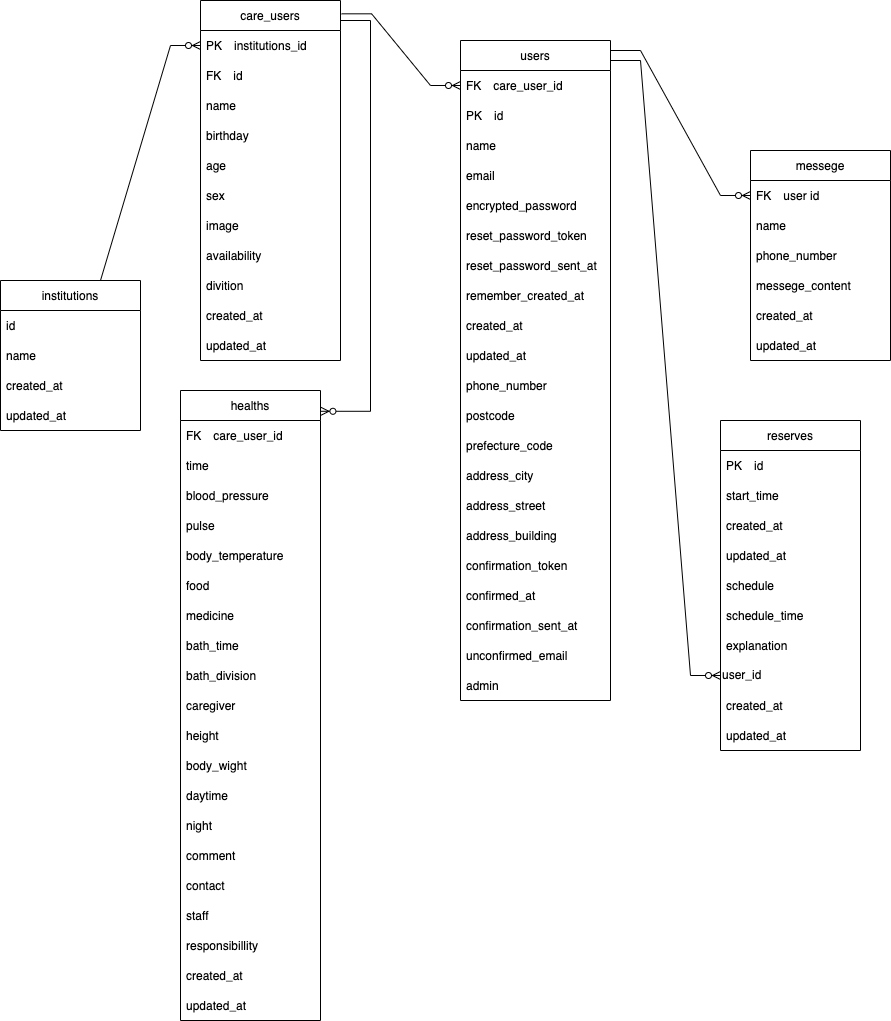
This is ER図.png from tadao050707/rika_san_app, a draw.io export, as it was before one commit. Source tidied: cells renumbered, new cells last; positions are measured from the earlier drawing's top-left corner, leaving out a move shared by most shapes.
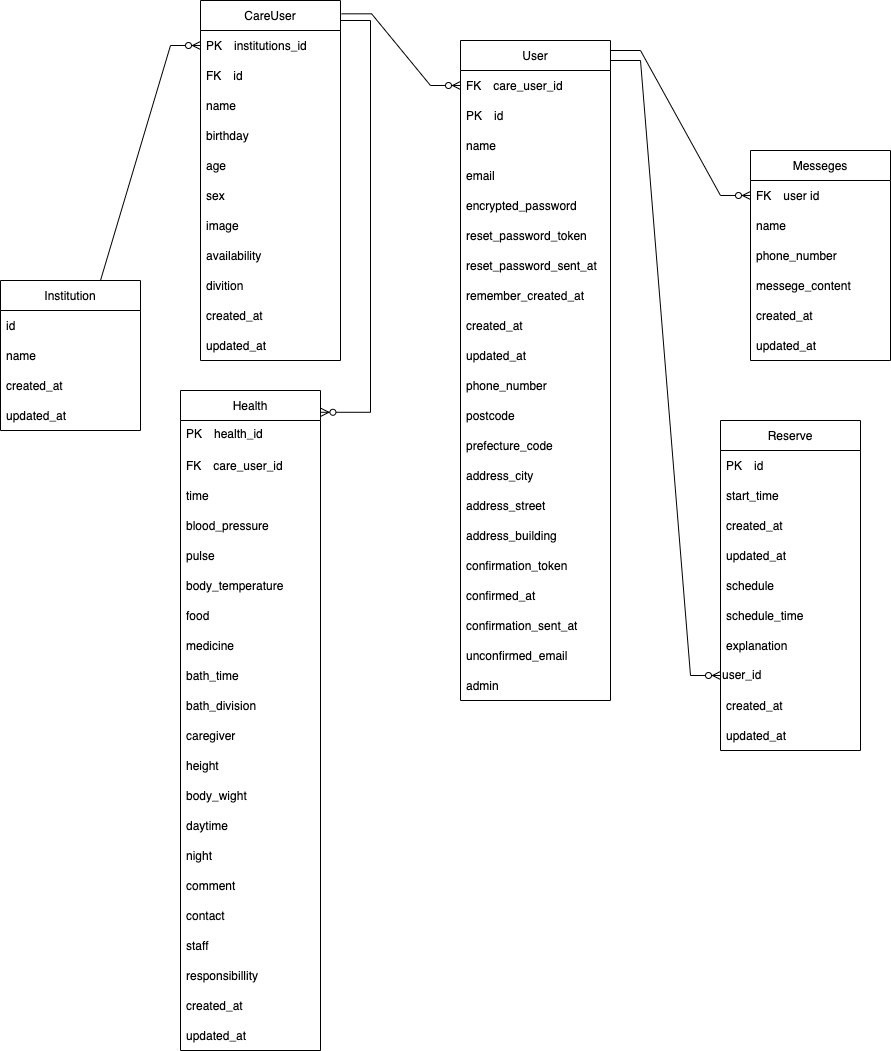
The same file after the commit.

Diff of the diagram source:
```diff
@@ -2,7 +2,7 @@
   <root>
     <mxCell id="0" />
     <mxCell id="1" parent="0" />
-    <mxCell id="2" value="institutions" style="swimlane;fontStyle=0;horizontal=1;startSize=30;" parent="1" vertex="1">
+    <mxCell id="2" value="Institution" style="swimlane;fontStyle=0;horizontal=1;startSize=30;" parent="1" vertex="1">
       <mxGeometry y="280" width="140" height="150" as="geometry" />
     </mxCell>
     <mxCell id="3" value="id" style="text;strokeColor=none;fillColor=none;align=left;verticalAlign=middle;spacingLeft=4;spacingRight=4;overflow=hidden;" parent="2" vertex="1">
@@ -17,7 +17,7 @@
     <mxCell id="6" value="updated_at" style="text;strokeColor=none;fillColor=none;align=left;verticalAlign=middle;spacingLeft=4;spacingRight=4;overflow=hidden;" parent="2" vertex="1">
       <mxGeometry y="120" width="140" height="30" as="geometry" />
     </mxCell>
-    <mxCell id="7" value="users" style="swimlane;fontStyle=0;horizontal=1;startSize=30;" parent="1" vertex="1">
+    <mxCell id="7" value="User" style="swimlane;fontStyle=0;horizontal=1;startSize=30;" parent="1" vertex="1">
       <mxGeometry x="460" y="40" width="150" height="660" as="geometry" />
     </mxCell>
     <mxCell id="8" value="FK　care_user_id" style="text;strokeColor=none;fillColor=none;align=left;verticalAlign=middle;spacingLeft=4;spacingRight=4;overflow=hidden;points=[[0,0.5],[1,0.5]];portConstraint=eastwest;" parent="7" vertex="1">
@@ -83,7 +83,7 @@
     <mxCell id="28" value="admin" style="text;strokeColor=none;fillColor=none;align=left;verticalAlign=middle;spacingLeft=4;spacingRight=4;overflow=hidden;" parent="7" vertex="1">
       <mxGeometry y="630" width="150" height="30" as="geometry" />
     </mxCell>
-    <mxCell id="29" value="care_users" style="swimlane;fontStyle=0;horizontal=1;startSize=30;" parent="1" vertex="1">
+    <mxCell id="29" value="CareUser" style="swimlane;fontStyle=0;horizontal=1;startSize=30;" parent="1" vertex="1">
       <mxGeometry x="200" width="140" height="360" as="geometry" />
     </mxCell>
     <mxCell id="30" value="PK　institutions_id" style="text;strokeColor=none;fillColor=none;align=left;verticalAlign=middle;spacingLeft=4;spacingRight=4;overflow=hidden;points=[[0,0.5],[1,0.5]];portConstraint=eastwest;" parent="29" vertex="1">
@@ -119,70 +119,73 @@
     <mxCell id="40" value="updated_at" style="text;strokeColor=none;fillColor=none;align=left;verticalAlign=middle;spacingLeft=4;spacingRight=4;overflow=hidden;" parent="29" vertex="1">
       <mxGeometry y="330" width="140" height="30" as="geometry" />
     </mxCell>
-    <mxCell id="41" value="healths" style="swimlane;fontStyle=0;horizontal=1;startSize=30;" parent="1" vertex="1">
-      <mxGeometry x="180" y="390" width="140" height="630" as="geometry" />
+    <mxCell id="41" value="Health" style="swimlane;fontStyle=0;horizontal=1;startSize=30;" parent="1" vertex="1">
+      <mxGeometry x="180" y="390" width="140" height="660" as="geometry" />
     </mxCell>
+    <mxCell id="85" value="PK　health_id" style="text;strokeColor=none;fillColor=none;spacingLeft=4;spacingRight=4;overflow=hidden;fontSize=12;" parent="41" vertex="1">
+      <mxGeometry y="30" width="140" height="30" as="geometry" />
+    </mxCell>
     <mxCell id="42" value="FK　care_user_id" style="text;strokeColor=none;fillColor=none;align=left;verticalAlign=middle;spacingLeft=4;spacingRight=4;overflow=hidden;" parent="41" vertex="1">
-      <mxGeometry y="30" width="140" height="30" as="geometry" />
+      <mxGeometry y="60" width="140" height="30" as="geometry" />
     </mxCell>
     <mxCell id="43" value="time" style="text;strokeColor=none;fillColor=none;align=left;verticalAlign=middle;spacingLeft=4;spacingRight=4;overflow=hidden;" parent="41" vertex="1">
-      <mxGeometry y="60" width="140" height="30" as="geometry" />
+      <mxGeometry y="90" width="140" height="30" as="geometry" />
     </mxCell>
     <mxCell id="44" value="blood_pressure" style="text;strokeColor=none;fillColor=none;align=left;verticalAlign=middle;spacingLeft=4;spacingRight=4;overflow=hidden;" parent="41" vertex="1">
-      <mxGeometry y="90" width="140" height="30" as="geometry" />
+      <mxGeometry y="120" width="140" height="30" as="geometry" />
     </mxCell>
     <mxCell id="45" value="pulse" style="text;strokeColor=none;fillColor=none;align=left;verticalAlign=middle;spacingLeft=4;spacingRight=4;overflow=hidden;" parent="41" vertex="1">
-      <mxGeometry y="120" width="140" height="30" as="geometry" />
+      <mxGeometry y="150" width="140" height="30" as="geometry" />
     </mxCell>
     <mxCell id="46" value="body_temperature" style="text;strokeColor=none;fillColor=none;align=left;verticalAlign=middle;spacingLeft=4;spacingRight=4;overflow=hidden;" parent="41" vertex="1">
-      <mxGeometry y="150" width="140" height="30" as="geometry" />
+      <mxGeometry y="180" width="140" height="30" as="geometry" />
     </mxCell>
     <mxCell id="47" value="food" style="text;strokeColor=none;fillColor=none;align=left;verticalAlign=middle;spacingLeft=4;spacingRight=4;overflow=hidden;" parent="41" vertex="1">
-      <mxGeometry y="180" width="140" height="30" as="geometry" />
+      <mxGeometry y="210" width="140" height="30" as="geometry" />
     </mxCell>
     <mxCell id="48" value="medicine" style="text;strokeColor=none;fillColor=none;align=left;verticalAlign=middle;spacingLeft=4;spacingRight=4;overflow=hidden;" parent="41" vertex="1">
-      <mxGeometry y="210" width="140" height="30" as="geometry" />
+      <mxGeometry y="240" width="140" height="30" as="geometry" />
     </mxCell>
     <mxCell id="49" value="bath_time" style="text;strokeColor=none;fillColor=none;align=left;verticalAlign=middle;spacingLeft=4;spacingRight=4;overflow=hidden;" parent="41" vertex="1">
-      <mxGeometry y="240" width="140" height="30" as="geometry" />
+      <mxGeometry y="270" width="140" height="30" as="geometry" />
     </mxCell>
     <mxCell id="50" value="bath_division" style="text;strokeColor=none;fillColor=none;align=left;verticalAlign=middle;spacingLeft=4;spacingRight=4;overflow=hidden;" parent="41" vertex="1">
-      <mxGeometry y="270" width="140" height="30" as="geometry" />
+      <mxGeometry y="300" width="140" height="30" as="geometry" />
     </mxCell>
     <mxCell id="51" value="caregiver" style="text;strokeColor=none;fillColor=none;align=left;verticalAlign=middle;spacingLeft=4;spacingRight=4;overflow=hidden;" parent="41" vertex="1">
-      <mxGeometry y="300" width="140" height="30" as="geometry" />
+      <mxGeometry y="330" width="140" height="30" as="geometry" />
     </mxCell>
     <mxCell id="52" value="height" style="text;strokeColor=none;fillColor=none;align=left;verticalAlign=middle;spacingLeft=4;spacingRight=4;overflow=hidden;" parent="41" vertex="1">
-      <mxGeometry y="330" width="140" height="30" as="geometry" />
+      <mxGeometry y="360" width="140" height="30" as="geometry" />
     </mxCell>
     <mxCell id="53" value="body_wight" style="text;strokeColor=none;fillColor=none;align=left;verticalAlign=middle;spacingLeft=4;spacingRight=4;overflow=hidden;" parent="41" vertex="1">
-      <mxGeometry y="360" width="140" height="30" as="geometry" />
+      <mxGeometry y="390" width="140" height="30" as="geometry" />
     </mxCell>
     <mxCell id="54" value="daytime" style="text;strokeColor=none;fillColor=none;align=left;verticalAlign=middle;spacingLeft=4;spacingRight=4;overflow=hidden;" parent="41" vertex="1">
-      <mxGeometry y="390" width="140" height="30" as="geometry" />
+      <mxGeometry y="420" width="140" height="30" as="geometry" />
     </mxCell>
     <mxCell id="55" value="night" style="text;strokeColor=none;fillColor=none;align=left;verticalAlign=middle;spacingLeft=4;spacingRight=4;overflow=hidden;" parent="41" vertex="1">
-      <mxGeometry y="420" width="140" height="30" as="geometry" />
+      <mxGeometry y="450" width="140" height="30" as="geometry" />
     </mxCell>
     <mxCell id="56" value="comment" style="text;strokeColor=none;fillColor=none;align=left;verticalAlign=middle;spacingLeft=4;spacingRight=4;overflow=hidden;" parent="41" vertex="1">
-      <mxGeometry y="450" width="140" height="30" as="geometry" />
+      <mxGeometry y="480" width="140" height="30" as="geometry" />
     </mxCell>
     <mxCell id="57" value="contact" style="text;strokeColor=none;fillColor=none;align=left;verticalAlign=middle;spacingLeft=4;spacingRight=4;overflow=hidden;" parent="41" vertex="1">
-      <mxGeometry y="480" width="140" height="30" as="geometry" />
+      <mxGeometry y="510" width="140" height="30" as="geometry" />
     </mxCell>
     <mxCell id="58" value="staff" style="text;strokeColor=none;fillColor=none;align=left;verticalAlign=middle;spacingLeft=4;spacingRight=4;overflow=hidden;" parent="41" vertex="1">
-      <mxGeometry y="510" width="140" height="30" as="geometry" />
+      <mxGeometry y="540" width="140" height="30" as="geometry" />
     </mxCell>
     <mxCell id="59" value="responsibillity" style="text;strokeColor=none;fillColor=none;align=left;verticalAlign=middle;spacingLeft=4;spacingRight=4;overflow=hidden;" parent="41" vertex="1">
-      <mxGeometry y="540" width="140" height="30" as="geometry" />
+      <mxGeometry y="570" width="140" height="30" as="geometry" />
     </mxCell>
     <mxCell id="60" value="created_at" style="text;strokeColor=none;fillColor=none;align=left;verticalAlign=middle;spacingLeft=4;spacingRight=4;overflow=hidden;" parent="41" vertex="1">
-      <mxGeometry y="570" width="140" height="30" as="geometry" />
+      <mxGeometry y="600" width="140" height="30" as="geometry" />
     </mxCell>
     <mxCell id="61" value="updated_at" style="text;strokeColor=none;fillColor=none;align=left;verticalAlign=middle;spacingLeft=4;spacingRight=4;overflow=hidden;" parent="41" vertex="1">
-      <mxGeometry y="600" width="140" height="30" as="geometry" />
+      <mxGeometry y="630" width="140" height="30" as="geometry" />
     </mxCell>
-    <mxCell id="62" value="reserves" style="swimlane;fontStyle=0;horizontal=1;startSize=30;" parent="1" vertex="1">
+    <mxCell id="62" value="Reserve" style="swimlane;fontStyle=0;horizontal=1;startSize=30;" parent="1" vertex="1">
       <mxGeometry x="720" y="420" width="140" height="330" as="geometry" />
     </mxCell>
     <mxCell id="63" value="PK　id" style="text;strokeColor=none;fillColor=none;align=left;verticalAlign=middle;spacingLeft=4;spacingRight=4;overflow=hidden;" parent="62" vertex="1">
@@ -215,7 +218,7 @@
     <mxCell id="72" value="updated_at" style="text;strokeColor=none;fillColor=none;align=left;verticalAlign=middle;spacingLeft=4;spacingRight=4;overflow=hidden;" parent="62" vertex="1">
       <mxGeometry y="300" width="140" height="30" as="geometry" />
     </mxCell>
-    <mxCell id="73" value="messege" style="swimlane;fontStyle=0;horizontal=1;startSize=30;" parent="1" vertex="1">
+    <mxCell id="73" value="Messeges" style="swimlane;fontStyle=0;horizontal=1;startSize=30;" parent="1" vertex="1">
       <mxGeometry x="750" y="150" width="140" height="210" as="geometry" />
     </mxCell>
     <mxCell id="74" value="FK　user id" style="text;strokeColor=none;fillColor=none;align=left;verticalAlign=middle;spacingLeft=4;spacingRight=4;overflow=hidden;points=[[0,0.5],[1,0.5]];portConstraint=eastwest;" parent="73" vertex="1">
```
